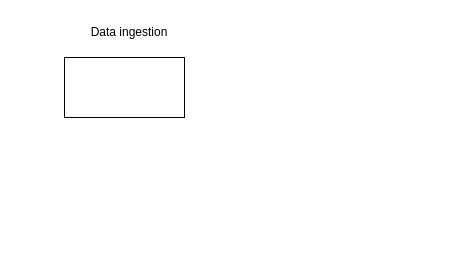
Before: Pipeline de MLOps.drawio in jepilogo97/MLOps, a draw.io diagram. Source tidied: cells renumbered, new cells numbered last; positions are measured from the earlier drawing's top-left corner, leaving out a move shared by most shapes. Both pictures are drawn from the tidied source at 100%, with x=0, y=0 at pixel (64, 17). Pictures stored in the file or linked from it are replaced by grey dashed boxes.
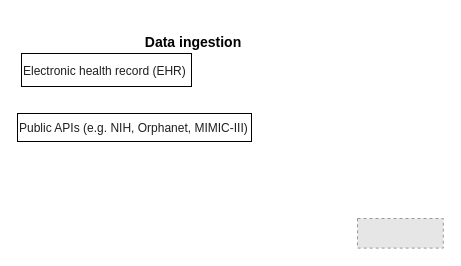
After the change.

What changed in the source:
```diff
@@
 <mxGraphModel>
   <root>
     <mxCell id="0" />
     <mxCell id="1" parent="0" />
-    <mxCell id="2" style="rounded=0;whiteSpace=wrap;html=1;" parent="1" vertex="1">
-      <mxGeometry y="40" width="120" height="60" as="geometry" />
+    <mxCell id="2" value="&lt;pre style=&quot;line-height: 36px; border: none; padding: 2px 0.14em 2px 0px; position: relative; margin-top: -2px; margin-bottom: -2px; resize: none; font-family: inherit; overflow: hidden; width: 270px; text-wrap-mode: wrap; overflow-wrap: break-word; color: rgb(31, 31, 31);&quot; aria-label=&quot;Texto traducido: Electronic health record (EHR)&quot; dir=&quot;ltr&quot; id=&quot;tw-target-text&quot; class=&quot;tw-data-text tw-text-large tw-ta&quot;&gt;&lt;span style=&quot;&quot; lang=&quot;en&quot; class=&quot;Y2IQFc&quot;&gt;&lt;font style=&quot;font-size: 12px;&quot;&gt;Electronic health record (EHR)&lt;/font&gt;&lt;/span&gt;&lt;/pre&gt;" style="rounded=0;whiteSpace=wrap;html=1;align=left;" parent="1" vertex="1">
+      <mxGeometry x="-43" y="36" width="170" height="33" as="geometry" />
     </mxCell>
-    <mxCell id="3" value="Data ingestion" style="text;html=1;align=center;verticalAlign=middle;whiteSpace=wrap;rounded=0;" parent="1" vertex="1">
-      <mxGeometry width="130" height="30" as="geometry" />
+    <mxCell id="3" value="&lt;b&gt;&lt;font style=&quot;font-size: 14px;&quot;&gt;Data ingestion&lt;/font&gt;&lt;/b&gt;" style="text;html=1;align=center;verticalAlign=middle;whiteSpace=wrap;rounded=0;" parent="1" vertex="1">
+      <mxGeometry x="64" y="10" width="130" height="30" as="geometry" />
     </mxCell>
+    <mxCell id="4" style="fillColor=#E6E6E6;strokeColor=#999999;dashed=1;verticalLabelPosition=bottom;labelBackgroundColor=default;verticalAlign=top;" parent="1" vertex="1">
+      <mxGeometry x="293" y="201" width="85.8" height="29.6" as="geometry" />
+    </mxCell>
+    <mxCell id="5" value="&lt;pre style=&quot;line-height: 36px; border: none; padding: 2px 0.14em 2px 0px; position: relative; margin-top: -2px; margin-bottom: -2px; resize: none; font-family: inherit; overflow: hidden; width: 270px; text-wrap-mode: wrap; overflow-wrap: break-word; color: rgb(31, 31, 31);&quot; aria-label=&quot;Texto traducido: Electronic health record (EHR)&quot; dir=&quot;ltr&quot; id=&quot;tw-target-text&quot; class=&quot;tw-data-text tw-text-large tw-ta&quot;&gt;&lt;span style=&quot;background-color: light-dark(#ffffff, var(--ge-dark-color, #121212)); color: light-dark(rgb(31, 31, 31), rgb(210, 210, 210)); white-space-collapse: collapse;&quot;&gt;Public APIs (e.g. NIH, Orphanet, MIMIC-III)&lt;/span&gt;&lt;/pre&gt;" style="rounded=0;whiteSpace=wrap;html=1;align=left;" parent="1" vertex="1">
+      <mxGeometry x="-47" y="96" width="234" height="28" as="geometry" />
+    </mxCell>
   </root>
 </mxGraphModel>
```
